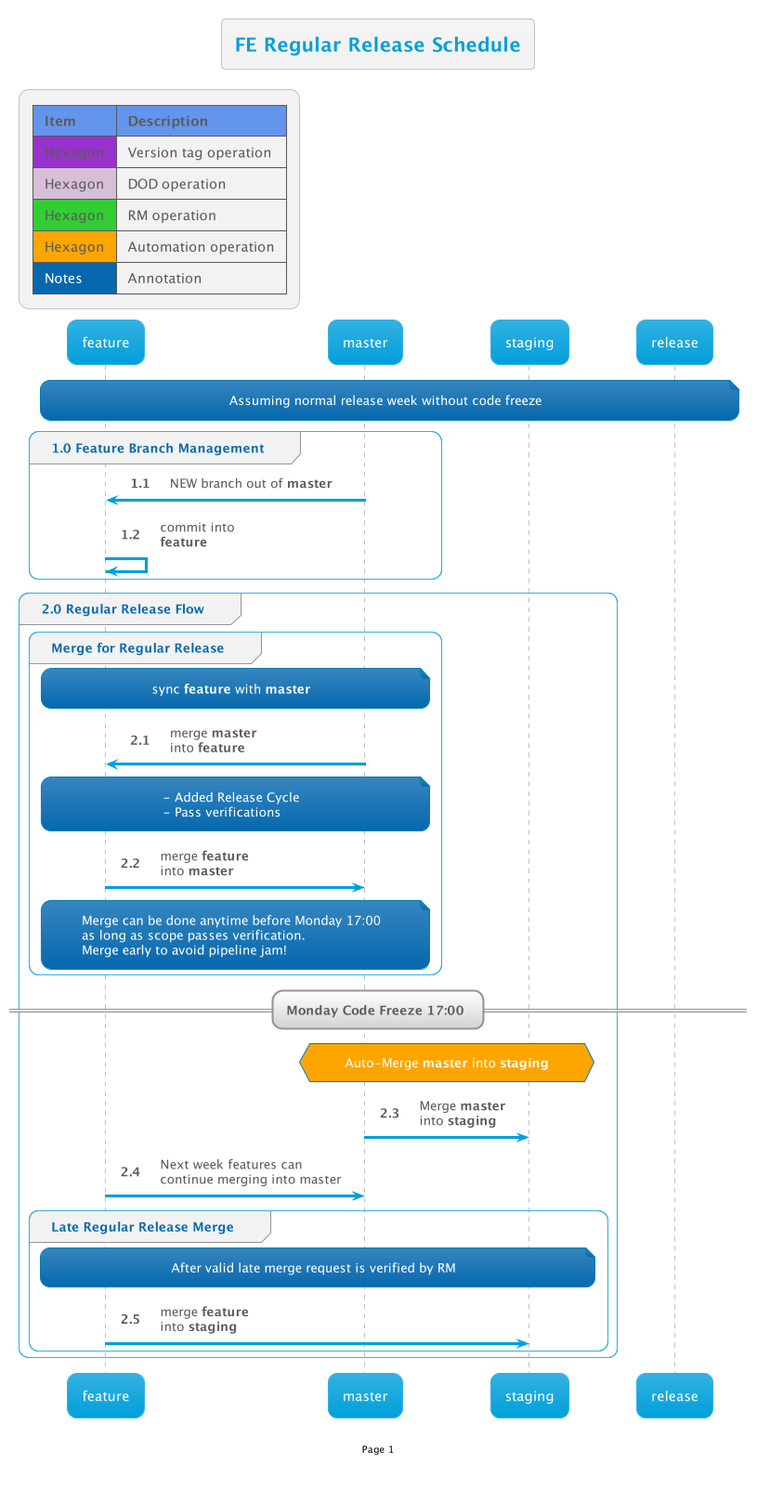
Before: out/Confluence/SOPWebFE/MergeFlow/1/1.png, a diagram exported from PlantUML (thetomitomo/diagrams). Its diagram source:
```plantuml
@startuml
!$AutonumStart = 1
!include __init__

title FE Regular Release Schedule

note over feature,release: Assuming normal release week without code freeze

group 1.0 Feature Branch Management
    master -> feature: NEW branch out of <b>master</b>
    feature -> feature: commit into\n<b>feature</b>
end

autonumber inc A
group 2.0 Regular Release Flow
    group Merge for Regular Release
        note over feature,master: sync <b>feature</b> with <b>master</b>
        master -> feature: merge <b>master</b>\ninto <b>feature</b>
        note over feature,master: - Added Release Cycle\n- Pass verifications
        feature -> master: merge <b>feature</b>\ninto <b>master</b>
        note over feature,master:Merge can be done anytime before Monday 17:00\nas long as scope passes verification.\nMerge early to avoid pipeline jam!
    end

    == Monday Code Freeze 17:00 ==
    hnote over master,staging #Orange:Auto-Merge **master** into **staging**
    master -> staging: Merge <b>master</b>\ninto <b>staging</b>
    feature->master:Next week features can\ncontinue merging into master

    group Late Regular Release Merge
        note over feature,staging: After valid late merge request is verified by RM
        feature -> staging: merge <b>feature</b>\ninto <b>staging</b>
    end
end
@enduml
```
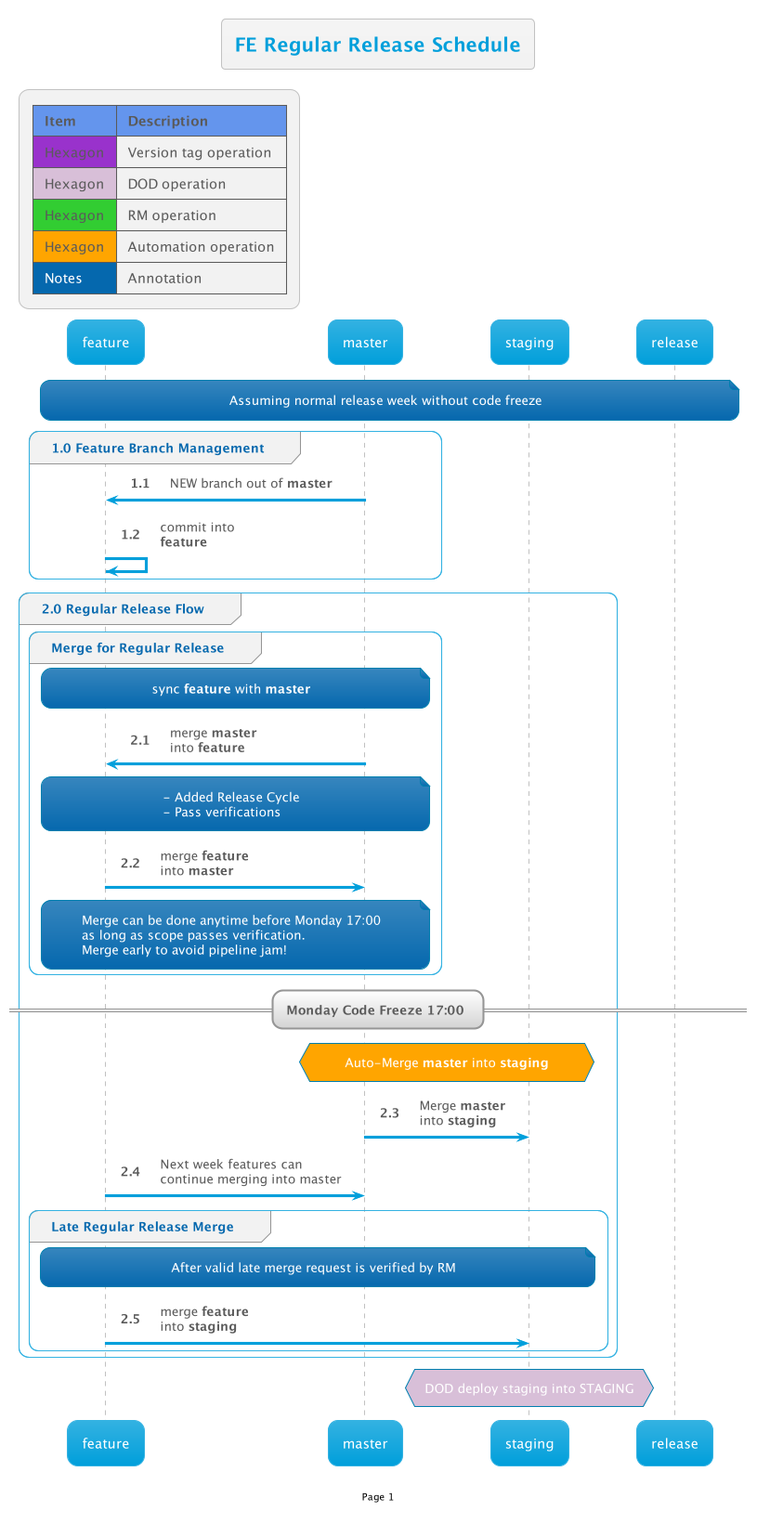
After the commit.

What changed in the source:
```diff
@@ -31,4 +31,6 @@
         feature -> staging: merge <b>feature</b>\ninto <b>staging</b>
     end
 end
+
+hnote over staging #Thistle: DOD deploy staging into STAGING
 @enduml
```
